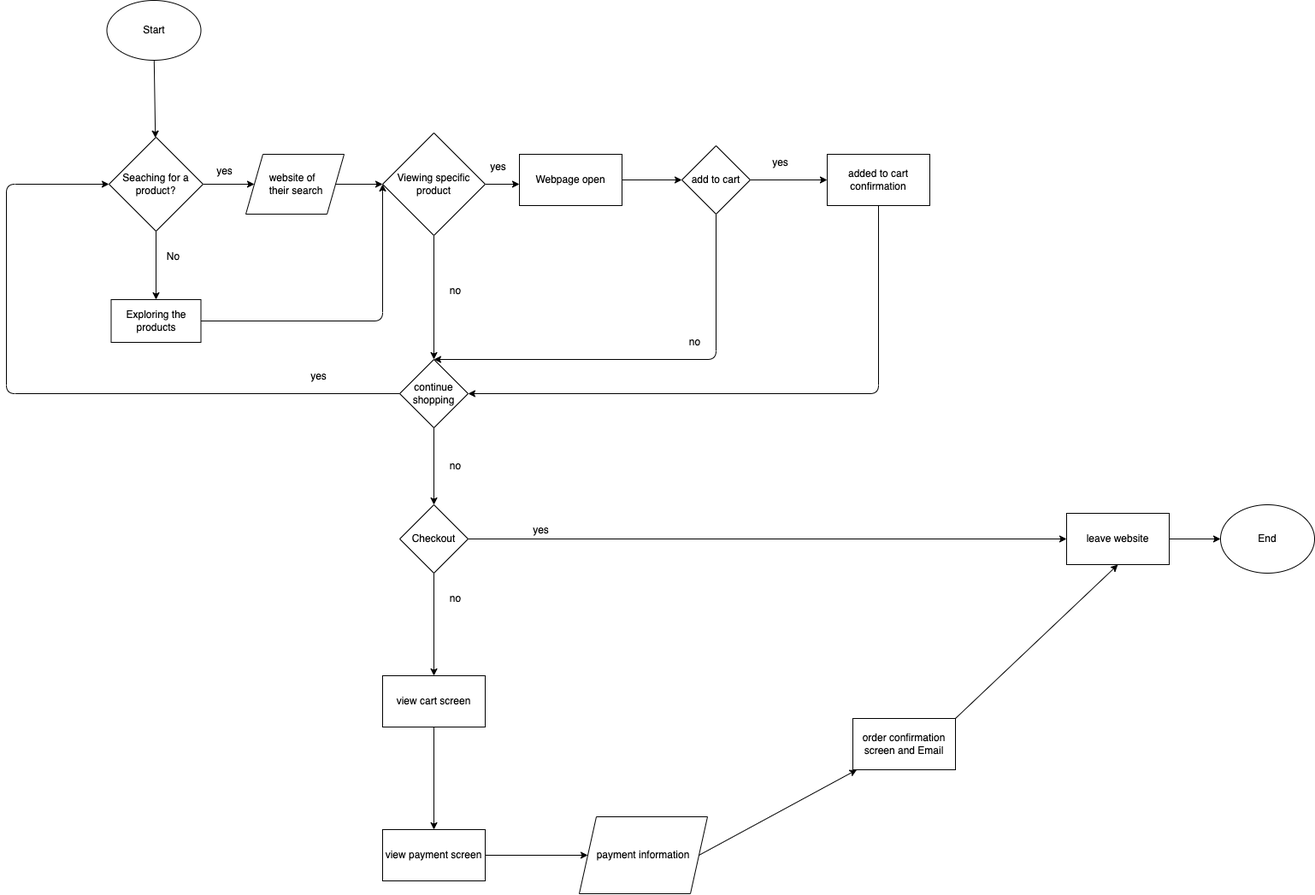
This is explore/diagramming/diagram.drawio.png from J4cky1ove/fa22-cse110-lab4, a draw.io export, as it was before one commit. Source tidied: cells renumbered, new cells last; positions are measured from the earlier drawing's top-left corner, leaving out a move shared by most shapes.
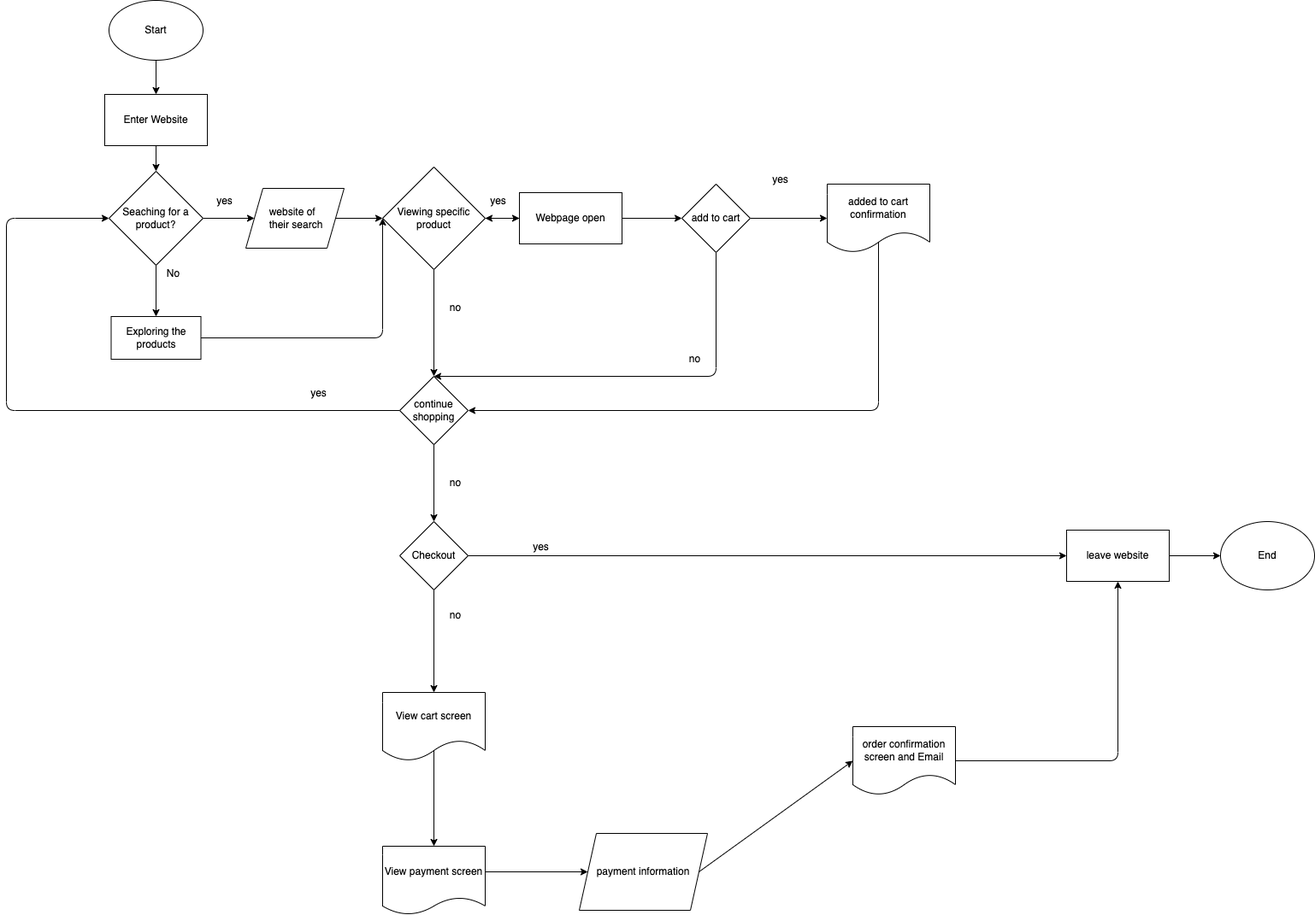
Above is the later version.

Diff of the diagram source:
```diff
@@ -2,20 +2,20 @@
   <root>
     <mxCell id="0" />
     <mxCell id="1" value="Background" parent="0" />
-    <mxCell id="2" style="endArrow=classic;html=1;" parent="1" edge="1" source="4" target="5">
+    <mxCell id="2" style="endArrow=classic;html=1;" parent="1" edge="1" source="4" target="49">
       <mxGeometry relative="1" as="geometry" />
     </mxCell>
     <mxCell id="3" style="endArrow=classic;html=1;exitX=1;exitY=0.5;exitDx=0;exitDy=0;" parent="1" edge="1" source="5" target="12">
       <mxGeometry relative="1" as="geometry" />
     </mxCell>
     <mxCell id="4" value="Start" style="ellipse;whiteSpace=wrap;html=1;" parent="1" vertex="1">
-      <mxGeometry x="117.5" width="110" height="70" as="geometry" />
+      <mxGeometry x="120" y="-20" width="110" height="70" as="geometry" />
     </mxCell>
     <mxCell id="5" value="Seaching for a product?" style="rhombus;whiteSpace=wrap;html=1;" parent="1" vertex="1">
-      <mxGeometry x="120" y="160" width="110" height="110" as="geometry" />
+      <mxGeometry x="120" y="180" width="110" height="110" as="geometry" />
     </mxCell>
     <mxCell id="6" value="yes" style="text;html=1;align=center;verticalAlign=middle;strokeColor=none;fillColor=none;" parent="1" vertex="1">
-      <mxGeometry x="240" y="190" width="30" height="20" as="geometry" />
+      <mxGeometry x="240" y="205" width="30" height="20" as="geometry" />
     </mxCell>
     <mxCell id="7" style="endArrow=classic;html=1;exitX=0.5;exitY=1;exitDx=0;exitDy=0;entryX=0.5;entryY=0;entryDx=0;entryDy=0;" parent="1" edge="1" source="5" target="10">
       <mxGeometry relative="1" as="geometry" />
@@ -37,23 +37,21 @@
       <mxGeometry relative="1" as="geometry" />
     </mxCell>
     <mxCell id="12" value="&lt;div style=&quot;text-align: left&quot;&gt;&amp;nbsp;&lt;span style=&quot;white-space: pre&quot;&gt;&#9;&lt;/span&gt;website of &lt;span style=&quot;white-space: pre&quot;&gt;&#9;&lt;/span&gt;their search&lt;/div&gt;" style="shape=parallelogram;perimeter=parallelogramPerimeter;whiteSpace=wrap;html=1;fixedSize=1;" parent="1" vertex="1">
-      <mxGeometry x="280" y="180" width="115" height="70" as="geometry" />
+      <mxGeometry x="280" y="200" width="115" height="70" as="geometry" />
     </mxCell>
-    <mxCell id="13" style="edgeStyle=none;html=1;exitX=1;exitY=0.5;exitDx=0;exitDy=0;" parent="1" edge="1" source="15">
-      <mxGeometry relative="1" as="geometry">
-        <mxPoint x="600" y="215" as="targetPoint" />
-      </mxGeometry>
+    <mxCell id="13" style="edgeStyle=none;html=1;exitX=1;exitY=0.5;exitDx=0;exitDy=0;entryX=0;entryY=0.5;entryDx=0;entryDy=0;" parent="1" edge="1" source="15" target="23">
+      <mxGeometry relative="1" as="geometry" />
     </mxCell>
     <mxCell id="14" style="edgeStyle=none;html=1;exitX=0.5;exitY=1;exitDx=0;exitDy=0;entryX=0.5;entryY=0;entryDx=0;entryDy=0;" parent="1" edge="1" source="15" target="21">
       <mxGeometry relative="1" as="geometry" />
     </mxCell>
     <mxCell id="15" value="Viewing specific product" style="rhombus;whiteSpace=wrap;html=1;" parent="1" vertex="1">
-      <mxGeometry x="440" y="155" width="120" height="120" as="geometry" />
+      <mxGeometry x="440" y="175" width="120" height="120" as="geometry" />
     </mxCell>
     <mxCell id="16" value="yes" style="text;html=1;align=center;verticalAlign=middle;strokeColor=none;fillColor=none;" parent="1" vertex="1">
-      <mxGeometry x="560" y="185" width="30" height="20" as="geometry" />
+      <mxGeometry x="560" y="205" width="30" height="20" as="geometry" />
     </mxCell>
-    <mxCell id="17" style="edgeStyle=none;html=1;exitX=1;exitY=0.5;exitDx=0;exitDy=0;" parent="1" edge="1" source="19" target="24">
+    <mxCell id="17" style="edgeStyle=none;html=1;exitX=1;exitY=0.5;exitDx=0;exitDy=0;entryX=0;entryY=0.5;entryDx=0;entryDy=0;" parent="1" edge="1" source="19" target="24">
       <mxGeometry relative="1" as="geometry" />
     </mxCell>
     <mxCell id="18" style="edgeStyle=none;html=1;exitX=0.5;exitY=1;exitDx=0;exitDy=0;entryX=0.5;entryY=0;entryDx=0;entryDy=0;" parent="1" edge="1" source="19" target="21">
@@ -64,7 +62,7 @@
       </mxGeometry>
     </mxCell>
     <mxCell id="19" value="add to cart" style="rhombus;whiteSpace=wrap;html=1;" parent="1" vertex="1">
-      <mxGeometry x="790" y="170" width="80" height="80" as="geometry" />
+      <mxGeometry x="790" y="195" width="80" height="80" as="geometry" />
     </mxCell>
     <mxCell id="20" value="no" style="text;html=1;align=center;verticalAlign=middle;strokeColor=none;fillColor=none;" parent="1" vertex="1">
       <mxGeometry x="510" y="330" width="30" height="20" as="geometry" />
@@ -75,20 +73,21 @@
     <mxCell id="22" style="edgeStyle=none;html=1;exitX=1;exitY=0.5;exitDx=0;exitDy=0;entryX=0;entryY=0.5;entryDx=0;entryDy=0;" parent="1" edge="1" source="23" target="19">
       <mxGeometry relative="1" as="geometry" />
     </mxCell>
+    <mxCell id="48" style="edgeStyle=none;html=1;" parent="1" edge="1" source="23" target="15">
+      <mxGeometry relative="1" as="geometry" />
+    </mxCell>
     <mxCell id="23" value="Webpage open" style="rounded=0;whiteSpace=wrap;html=1;" parent="1" vertex="1">
-      <mxGeometry x="600" y="180" width="120" height="60" as="geometry" />
+      <mxGeometry x="600" y="205" width="120" height="60" as="geometry" />
     </mxCell>
-    <mxCell id="24" value="added to cart confirmation" style="rounded=0;whiteSpace=wrap;html=1;" parent="1" vertex="1">
-      <mxGeometry x="960" y="180" width="120" height="60" as="geometry" />
-    </mxCell>
     <mxCell id="25" value="yes" style="text;html=1;align=center;verticalAlign=middle;strokeColor=none;fillColor=none;" parent="1" vertex="1">
       <mxGeometry x="890" y="180" width="30" height="20" as="geometry" />
     </mxCell>
     <mxCell id="26" value="no" style="text;html=1;align=center;verticalAlign=middle;strokeColor=none;fillColor=none;" parent="1" vertex="1">
       <mxGeometry x="790" y="390" width="30" height="20" as="geometry" />
     </mxCell>
-    <mxCell id="27" style="endArrow=classic;html=1;entryX=1;entryY=0.5;entryDx=0;entryDy=0;exitX=0.5;exitY=1;exitDx=0;exitDy=0;" parent="1" edge="1" source="24" target="21">
+    <mxCell id="27" style="endArrow=classic;html=1;entryX=1;entryY=0.5;entryDx=0;entryDy=0;exitX=0.5;exitY=1;exitDx=0;exitDy=0;" parent="1" edge="1" target="21">
       <mxGeometry relative="1" as="geometry">
+        <mxPoint x="1020" y="240" as="sourcePoint" />
         <Array as="points">
           <mxPoint x="1020" y="460" />
         </Array>
@@ -112,8 +111,10 @@
     <mxCell id="33" value="no" style="text;html=1;align=center;verticalAlign=middle;strokeColor=none;fillColor=none;" parent="1" vertex="1">
       <mxGeometry x="510" y="690" width="30" height="20" as="geometry" />
     </mxCell>
-    <mxCell id="34" style="edgeStyle=none;html=1;exitX=0.5;exitY=1;exitDx=0;exitDy=0;entryX=0.5;entryY=0;entryDx=0;entryDy=0;" parent="1" edge="1" source="31" target="38">
-      <mxGeometry relative="1" as="geometry" />
+    <mxCell id="34" style="edgeStyle=none;html=1;exitX=0.5;exitY=1;exitDx=0;exitDy=0;entryX=0.5;entryY=0;entryDx=0;entryDy=0;" parent="1" edge="1" source="31">
+      <mxGeometry relative="1" as="geometry">
+        <mxPoint x="500" y="790" as="targetPoint" />
+      </mxGeometry>
     </mxCell>
     <mxCell id="35" value="leave website" style="rounded=0;whiteSpace=wrap;html=1;" parent="1" vertex="1">
       <mxGeometry x="1240" y="600" width="120" height="60" as="geometry" />
@@ -121,35 +122,35 @@
     <mxCell id="36" value="yes" style="text;html=1;align=center;verticalAlign=middle;strokeColor=none;fillColor=none;" parent="1" vertex="1">
       <mxGeometry x="610" y="610" width="30" height="20" as="geometry" />
     </mxCell>
-    <mxCell id="37" style="edgeStyle=none;html=1;exitX=0.5;exitY=1;exitDx=0;exitDy=0;" parent="1" edge="1" source="38" target="39">
-      <mxGeometry relative="1" as="geometry" />
+    <mxCell id="37" style="edgeStyle=none;html=1;exitX=0.5;exitY=1;exitDx=0;exitDy=0;" parent="1" edge="1">
+      <mxGeometry relative="1" as="geometry">
+        <mxPoint x="500" y="850" as="sourcePoint" />
+        <mxPoint x="500" y="970" as="targetPoint" />
+      </mxGeometry>
     </mxCell>
-    <mxCell id="38" value="view cart screen" style="rounded=0;whiteSpace=wrap;html=1;" parent="1" vertex="1">
-      <mxGeometry x="440" y="790" width="120" height="60" as="geometry" />
-    </mxCell>
-    <mxCell id="39" value="view payment screen" style="rounded=0;whiteSpace=wrap;html=1;" parent="1" vertex="1">
-      <mxGeometry x="440" y="970" width="120" height="60" as="geometry" />
-    </mxCell>
-    <mxCell id="40" style="endArrow=classic;html=1;exitX=1;exitY=0.5;exitDx=0;exitDy=0;entryX=0;entryY=0.5;entryDx=0;entryDy=0;" parent="1" edge="1" source="39" target="42">
-      <mxGeometry relative="1" as="geometry" />
+    <mxCell id="40" style="endArrow=classic;html=1;exitX=1;exitY=0.5;exitDx=0;exitDy=0;entryX=0;entryY=0.5;entryDx=0;entryDy=0;" parent="1" edge="1" target="42">
+      <mxGeometry relative="1" as="geometry">
+        <mxPoint x="560" y="1000" as="sourcePoint" />
+      </mxGeometry>
     </mxCell>
-    <mxCell id="41" style="edgeStyle=none;html=1;exitX=1;exitY=0.5;exitDx=0;exitDy=0;" parent="1" edge="1" source="42" target="44">
+    <mxCell id="41" style="edgeStyle=none;html=1;exitX=1;exitY=0.5;exitDx=0;exitDy=0;entryX=0;entryY=0.5;entryDx=0;entryDy=0;" parent="1" edge="1" source="42" target="44">
       <mxGeometry relative="1" as="geometry" />
     </mxCell>
     <mxCell id="42" value="payment information" style="shape=parallelogram;perimeter=parallelogramPerimeter;whiteSpace=wrap;html=1;fixedSize=1;" parent="1" vertex="1">
       <mxGeometry x="670" y="955" width="150" height="90" as="geometry" />
     </mxCell>
-    <mxCell id="43" style="edgeStyle=none;html=1;exitX=1;exitY=0;exitDx=0;exitDy=0;entryX=0.5;entryY=1;entryDx=0;entryDy=0;" parent="1" edge="1" source="44" target="35">
-      <mxGeometry relative="1" as="geometry" />
+    <mxCell id="43" style="edgeStyle=none;html=1;exitX=1;exitY=0.5;exitDx=0;exitDy=0;entryX=0.5;entryY=1;entryDx=0;entryDy=0;" parent="1" edge="1" source="44" target="35">
+      <mxGeometry relative="1" as="geometry">
+        <Array as="points">
+          <mxPoint x="1300" y="870" />
+        </Array>
+      </mxGeometry>
     </mxCell>
-    <mxCell id="44" value="order confirmation screen and Email" style="rounded=0;whiteSpace=wrap;html=1;" parent="1" vertex="1">
-      <mxGeometry x="990" y="840" width="120" height="60" as="geometry" />
-    </mxCell>
     <mxCell id="45" style="endArrow=classic;html=1;exitX=0;exitY=0.5;exitDx=0;exitDy=0;entryX=0;entryY=0.5;entryDx=0;entryDy=0;" parent="1" edge="1" source="21" target="5">
       <mxGeometry relative="1" as="geometry">
         <Array as="points">
           <mxPoint y="460" />
-          <mxPoint y="215" />
+          <mxPoint y="235" />
         </Array>
       </mxGeometry>
     </mxCell>
@@ -159,5 +160,23 @@
     <mxCell id="47" value="End" style="ellipse;whiteSpace=wrap;html=1;" parent="1" vertex="1">
       <mxGeometry x="1420" y="590" width="110" height="80" as="geometry" />
     </mxCell>
+    <mxCell id="24" value="&lt;span&gt;added to cart confirmation&lt;/span&gt;" style="shape=document;whiteSpace=wrap;html=1;boundedLbl=1;" parent="1" vertex="1">
+      <mxGeometry x="960" y="195" width="120" height="80" as="geometry" />
+    </mxCell>
+    <mxCell id="49" value="Enter Website" style="rounded=0;whiteSpace=wrap;html=1;" parent="1" vertex="1">
+      <mxGeometry x="115" y="90" width="120" height="60" as="geometry" />
+    </mxCell>
+    <mxCell id="50" style="endArrow=classic;html=1;exitX=0.5;exitY=1;exitDx=0;exitDy=0;entryX=0.5;entryY=0;entryDx=0;entryDy=0;" parent="1" edge="1" source="49" target="5">
+      <mxGeometry relative="1" as="geometry" />
+    </mxCell>
+    <mxCell id="51" value="View cart screen" style="shape=document;whiteSpace=wrap;html=1;boundedLbl=1;" parent="1" vertex="1">
+      <mxGeometry x="440" y="790" width="120" height="80" as="geometry" />
+    </mxCell>
+    <mxCell id="52" value="View payment screen" style="shape=document;whiteSpace=wrap;html=1;boundedLbl=1;size=0.25;" parent="1" vertex="1">
+      <mxGeometry x="440" y="970" width="120" height="80" as="geometry" />
+    </mxCell>
+    <mxCell id="44" value="&lt;span&gt;order confirmation screen and Email&lt;/span&gt;" style="shape=document;whiteSpace=wrap;html=1;boundedLbl=1;" parent="1" vertex="1">
+      <mxGeometry x="990" y="830" width="120" height="80" as="geometry" />
+    </mxCell>
   </root>
 </mxGraphModel>
```
